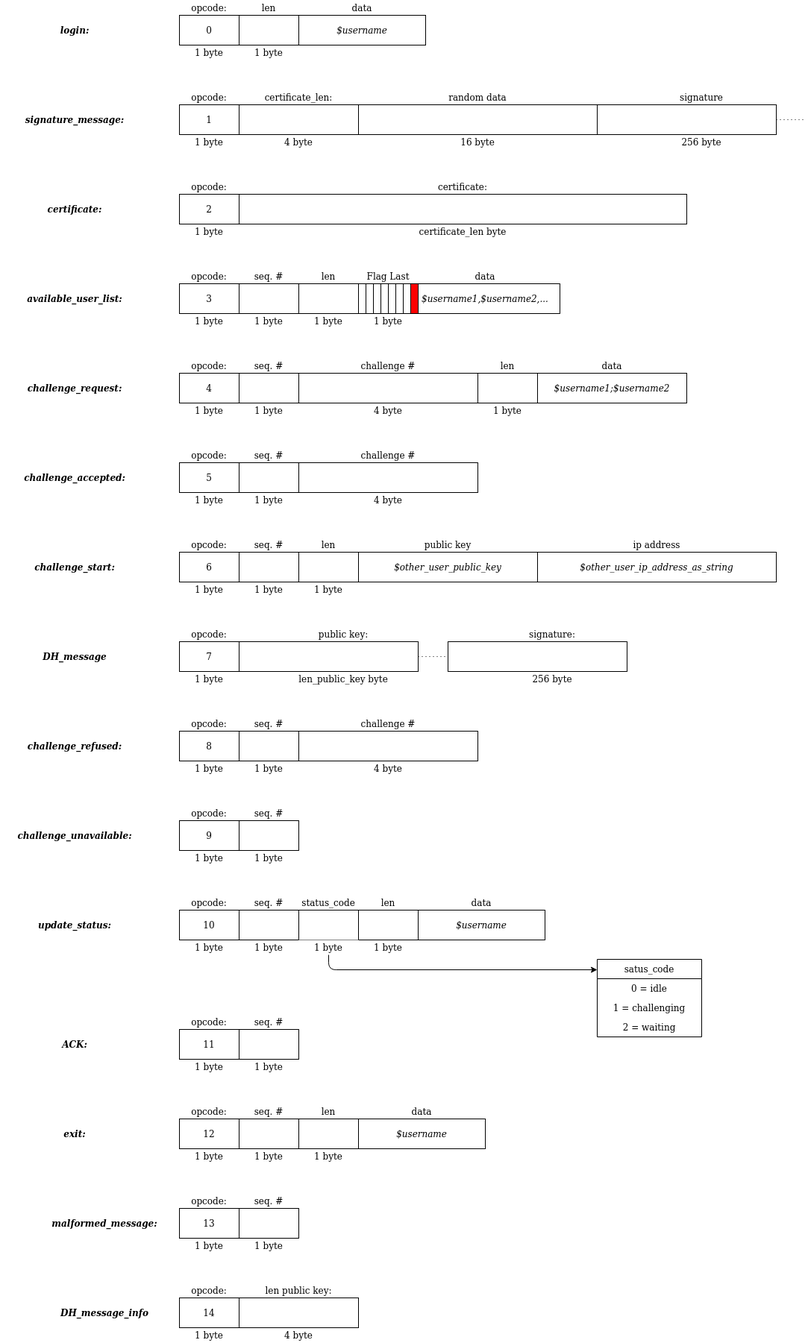
This is docs/client_server_message_format.png from rafnocerino/Secure_4_inArow, a draw.io export, as it was before one commit. Source tidied: cells renumbered, new cells last; positions are measured from the earlier drawing's top-left corner, leaving out a move shared by most shapes.
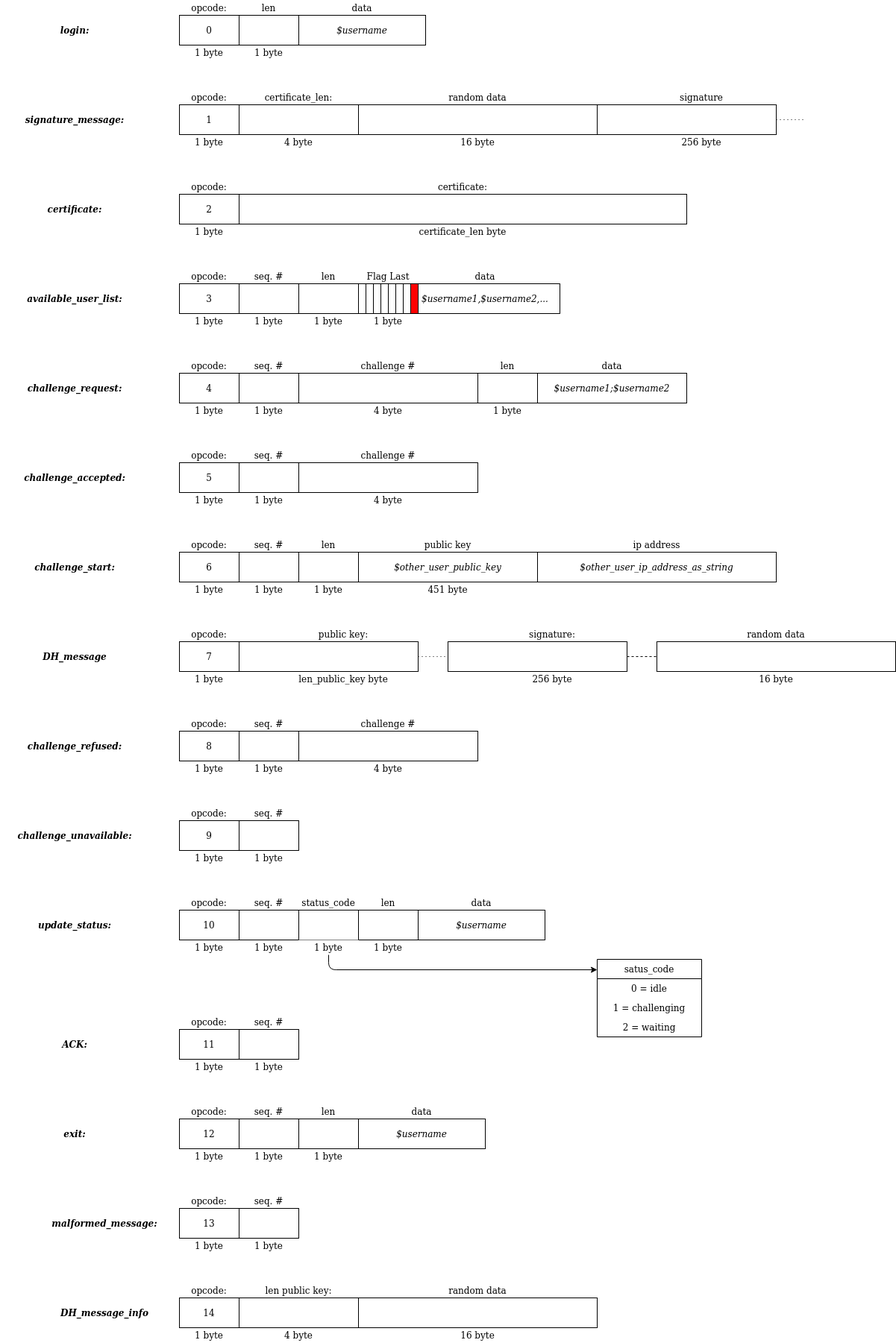
The same diagram one commit later.

Change to the diagram source:
```diff
@@ -498,6 +498,9 @@
     <mxCell id="164" value="256 byte" style="text;html=1;strokeColor=none;fillColor=none;align=center;verticalAlign=middle;whiteSpace=wrap;rounded=0;" parent="1" vertex="1">
       <mxGeometry x="600" y="900" width="280" height="20" as="geometry" />
     </mxCell>
+    <mxCell id="174" style="edgeStyle=orthogonalEdgeStyle;rounded=0;jettySize=auto;html=1;exitX=1;exitY=0.5;exitDx=0;exitDy=0;entryX=0;entryY=0.5;entryDx=0;entryDy=0;dashed=1;endArrow=none;endFill=0;" parent="1" edge="1" source="165" target="180">
+      <mxGeometry relative="1" as="geometry" />
+    </mxCell>
     <mxCell id="165" style="rounded=0;whiteSpace=wrap;html=1;" parent="1" vertex="1">
       <mxGeometry x="600" y="860" width="240" height="40" as="geometry" />
     </mxCell>
@@ -525,5 +528,26 @@
     <mxCell id="173" value="4 byte" style="text;html=1;strokeColor=none;fillColor=none;align=center;verticalAlign=middle;whiteSpace=wrap;rounded=0;" parent="1" vertex="1">
       <mxGeometry x="320" y="1780" width="160" height="20" as="geometry" />
     </mxCell>
+    <mxCell id="175" value="451 byte" style="text;html=1;strokeColor=none;fillColor=none;align=center;verticalAlign=middle;whiteSpace=wrap;rounded=0;" parent="1" vertex="1">
+      <mxGeometry x="480" y="780" width="240" height="20" as="geometry" />
+    </mxCell>
+    <mxCell id="176" value="random data" style="text;html=1;strokeColor=none;fillColor=none;align=center;verticalAlign=middle;whiteSpace=wrap;rounded=0;" parent="1" vertex="1">
+      <mxGeometry x="480" y="1720" width="320" height="20" as="geometry" />
+    </mxCell>
+    <mxCell id="177" style="rounded=0;whiteSpace=wrap;html=1;" parent="1" vertex="1">
+      <mxGeometry x="480" y="1740" width="320" height="40" as="geometry" />
+    </mxCell>
+    <mxCell id="178" value="16 byte" style="text;html=1;strokeColor=none;fillColor=none;align=center;verticalAlign=middle;whiteSpace=wrap;rounded=0;" parent="1" vertex="1">
+      <mxGeometry x="480" y="1780" width="320" height="20" as="geometry" />
+    </mxCell>
+    <mxCell id="179" value="random data" style="text;html=1;strokeColor=none;fillColor=none;align=center;verticalAlign=middle;whiteSpace=wrap;rounded=0;" parent="1" vertex="1">
+      <mxGeometry x="880" y="840" width="320" height="20" as="geometry" />
+    </mxCell>
+    <mxCell id="180" style="rounded=0;whiteSpace=wrap;html=1;" parent="1" vertex="1">
+      <mxGeometry x="880" y="860" width="320" height="40" as="geometry" />
+    </mxCell>
+    <mxCell id="181" value="16 byte" style="text;html=1;strokeColor=none;fillColor=none;align=center;verticalAlign=middle;whiteSpace=wrap;rounded=0;" parent="1" vertex="1">
+      <mxGeometry x="880" y="900" width="320" height="20" as="geometry" />
+    </mxCell>
   </root>
 </mxGraphModel>
```
